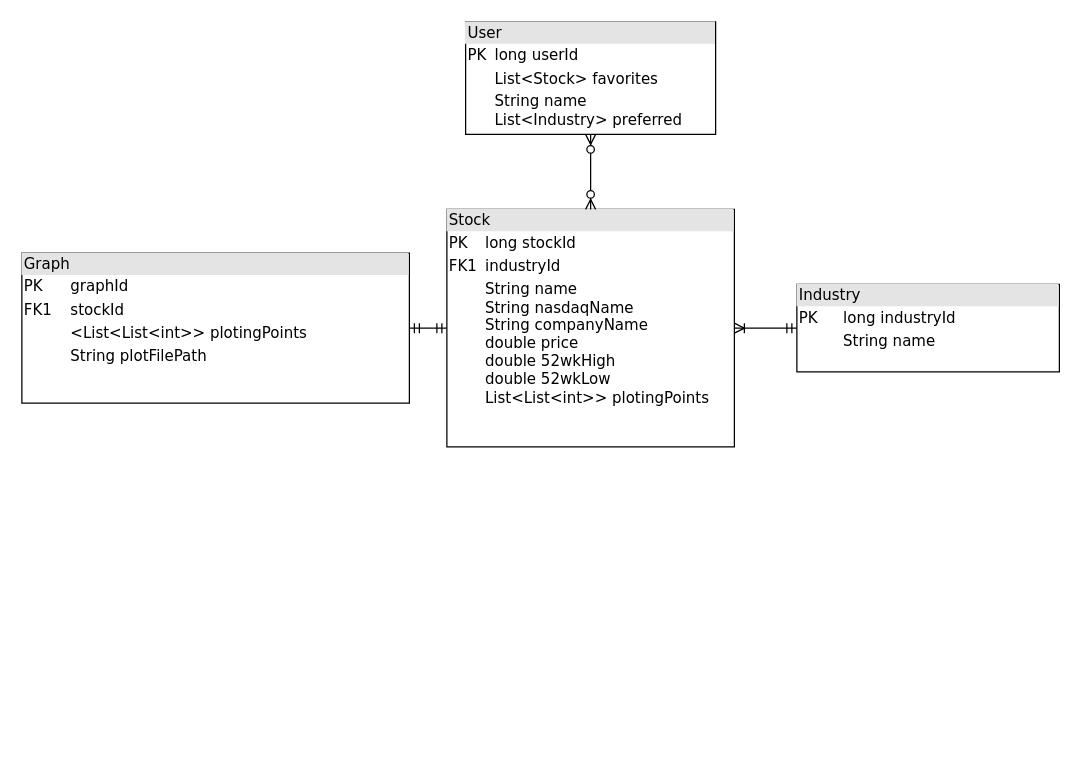
Earlier version of the draw.io diagram docs/erd.drawio (stock-rollers/stock-rollers.github.io). Source tidied: cells renumbered, new cells numbered last; positions are measured from the earlier drawing's top-left corner, leaving out a move shared by most shapes. Both pictures are drawn from the tidied source at 125%, with x=0, y=0 at pixel (21, 21).
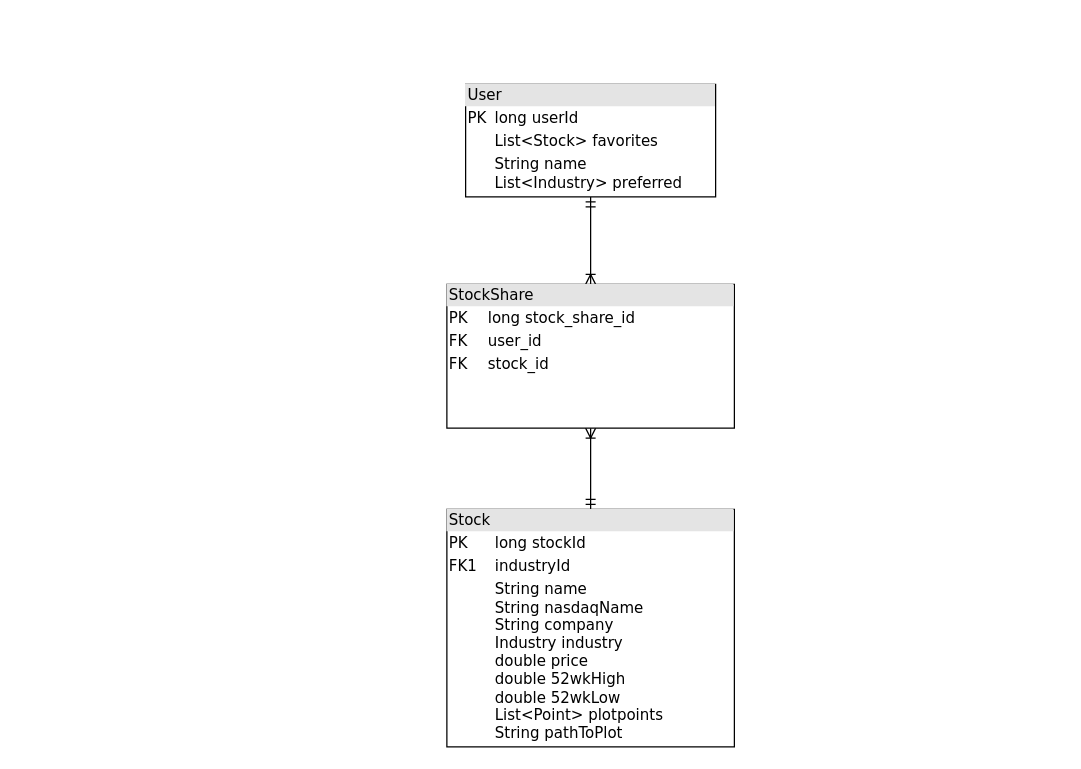
After the change.

Change to the diagram source:
```diff
@@
 <mxGraphModel background="#ffffff">
   <root>
     <mxCell id="0" />
     <mxCell id="1" parent="0" />
     <mxCell id="2" value="&lt;div style=&quot;box-sizing: border-box ; width: 100% ; background: #e4e4e4 ; padding: 2px&quot;&gt;User&lt;/div&gt;&lt;table style=&quot;width: 100% ; font-size: 1em&quot; cellpadding=&quot;2&quot; cellspacing=&quot;0&quot;&gt;&lt;tbody&gt;&lt;tr&gt;&lt;td&gt;PK&lt;/td&gt;&lt;td&gt;long userId&lt;/td&gt;&lt;/tr&gt;&lt;tr&gt;&lt;td&gt;&lt;br&gt;&lt;/td&gt;&lt;td&gt;List&amp;lt;Stock&amp;gt; favorites&lt;/td&gt;&lt;/tr&gt;&lt;tr&gt;&lt;td&gt;&lt;/td&gt;&lt;td&gt;String name&lt;br&gt;List&amp;lt;Industry&amp;gt; preferred&amp;nbsp;&lt;/td&gt;&lt;/tr&gt;&lt;/tbody&gt;&lt;/table&gt;" style="verticalAlign=top;align=left;overflow=fill;html=1;rounded=0;shadow=0;comic=0;labelBackgroundColor=none;strokeColor=#000000;strokeWidth=1;fillColor=#ffffff;fontFamily=Verdana;fontSize=12;fontColor=#000000;" parent="1" vertex="1">
-      <mxGeometry x="355" width="200" height="90" as="geometry" />
+      <mxGeometry x="355" y="50" width="200" height="90" as="geometry" />
     </mxCell>
-    <mxCell id="3" value="&lt;div style=&quot;box-sizing: border-box ; width: 100% ; background: #e4e4e4 ; padding: 2px&quot;&gt;Industry&lt;/div&gt;&lt;table style=&quot;width: 100% ; font-size: 1em&quot; cellpadding=&quot;2&quot; cellspacing=&quot;0&quot;&gt;&lt;tbody&gt;&lt;tr&gt;&lt;td&gt;PK&lt;/td&gt;&lt;td&gt;long industryId&lt;/td&gt;&lt;/tr&gt;&lt;tr&gt;&lt;td&gt;&lt;br&gt;&lt;/td&gt;&lt;td&gt;String name&lt;/td&gt;&lt;/tr&gt;&lt;tr&gt;&lt;td&gt;&lt;/td&gt;&lt;td&gt;&lt;br&gt;&lt;/td&gt;&lt;/tr&gt;&lt;tr&gt;&lt;td&gt;&lt;br&gt;&lt;/td&gt;&lt;td&gt;&lt;br&gt;&lt;/td&gt;&lt;/tr&gt;&lt;/tbody&gt;&lt;/table&gt;" style="verticalAlign=top;align=left;overflow=fill;html=1;rounded=0;shadow=0;comic=0;labelBackgroundColor=none;strokeColor=#000000;strokeWidth=1;fillColor=#ffffff;fontFamily=Verdana;fontSize=12;fontColor=#000000;" parent="1" vertex="1">
-      <mxGeometry x="620" y="210" width="210" height="70" as="geometry" />
-    </mxCell>
-    <mxCell id="4" value="&lt;div style=&quot;box-sizing: border-box ; width: 100% ; background: #e4e4e4 ; padding: 2px&quot;&gt;Graph&lt;/div&gt;&lt;table style=&quot;width: 100% ; font-size: 1em&quot; cellpadding=&quot;2&quot; cellspacing=&quot;0&quot;&gt;&lt;tbody&gt;&lt;tr&gt;&lt;td&gt;PK&lt;/td&gt;&lt;td&gt;graphId&lt;/td&gt;&lt;/tr&gt;&lt;tr&gt;&lt;td&gt;FK1&lt;/td&gt;&lt;td&gt;stockId&lt;/td&gt;&lt;/tr&gt;&lt;tr&gt;&lt;td&gt;&lt;/td&gt;&lt;td&gt;&amp;lt;List&amp;lt;List&amp;lt;int&amp;gt;&amp;gt; plotingPoints&lt;/td&gt;&lt;/tr&gt;&lt;tr&gt;&lt;td&gt;&lt;br&gt;&lt;/td&gt;&lt;td&gt;String plotFilePath&lt;br&gt;&lt;/td&gt;&lt;/tr&gt;&lt;/tbody&gt;&lt;/table&gt;" style="verticalAlign=top;align=left;overflow=fill;html=1;rounded=0;shadow=0;comic=0;labelBackgroundColor=none;strokeColor=#000000;strokeWidth=1;fillColor=#ffffff;fontFamily=Verdana;fontSize=12;fontColor=#000000;" parent="1" vertex="1">
-      <mxGeometry y="185" width="310" height="120" as="geometry" />
-    </mxCell>
-    <mxCell id="5" style="edgeStyle=orthogonalEdgeStyle;html=1;entryX=1;entryY=0.5;labelBackgroundColor=none;startArrow=ERmandOne;endArrow=ERmandOne;fontFamily=Verdana;fontSize=12;align=left;entryDx=0;entryDy=0;endFill=0;" parent="1" edge="1" source="7" target="4">
-      <mxGeometry relative="1" as="geometry" />
-    </mxCell>
-    <mxCell id="6" style="edgeStyle=orthogonalEdgeStyle;rounded=0;jettySize=auto;html=1;exitX=1;exitY=0.5;exitDx=0;exitDy=0;entryX=0;entryY=0.5;entryDx=0;entryDy=0;startArrow=ERoneToMany;startFill=0;endArrow=ERmandOne;endFill=0;" parent="1" edge="1" source="7" target="3">
-      <mxGeometry relative="1" as="geometry" />
-    </mxCell>
+    <mxCell id="9" style="edgeStyle=orthogonalEdgeStyle;rounded=0;jettySize=auto;html=1;exitX=0.5;exitY=0;exitDx=0;exitDy=0;endArrow=ERoneToMany;endFill=0;entryX=0.5;entryY=1;entryDx=0;entryDy=0;startArrow=ERmandOne;startFill=0;" parent="1" edge="1" source="7" target="10">
+      <mxGeometry relative="1" as="geometry" />
+    </mxCell>
-    <mxCell id="7" value="&lt;div style=&quot;box-sizing: border-box ; width: 100% ; background: #e4e4e4 ; padding: 2px&quot;&gt;Stock&lt;/div&gt;&lt;table style=&quot;width: 100% ; font-size: 1em&quot; cellpadding=&quot;2&quot; cellspacing=&quot;0&quot;&gt;&lt;tbody&gt;&lt;tr&gt;&lt;td&gt;PK&lt;/td&gt;&lt;td&gt;long stockId&lt;/td&gt;&lt;/tr&gt;&lt;tr&gt;&lt;td&gt;FK1&lt;/td&gt;&lt;td&gt;industryId&lt;/td&gt;&lt;/tr&gt;&lt;tr&gt;&lt;td&gt;&lt;/td&gt;&lt;td&gt;String name&lt;br&gt;String nasdaqName&lt;br&gt;String companyName&lt;br&gt;double price&lt;br&gt;double 52wkHigh&lt;br&gt;double 52wkLow&lt;br&gt;List&amp;lt;List&amp;lt;int&amp;gt;&amp;gt; plotingPoints&lt;br&gt;&lt;br&gt;&lt;/td&gt;&lt;/tr&gt;&lt;/tbody&gt;&lt;/table&gt;" style="verticalAlign=top;align=left;overflow=fill;html=1;rounded=0;shadow=0;comic=0;labelBackgroundColor=none;strokeColor=#000000;strokeWidth=1;fillColor=#ffffff;fontFamily=Verdana;fontSize=12;fontColor=#000000;" parent="1" vertex="1">
-      <mxGeometry x="340" y="150" width="230" height="190" as="geometry" />
+    <mxCell id="7" value="&lt;div style=&quot;box-sizing: border-box ; width: 100% ; background: #e4e4e4 ; padding: 2px&quot;&gt;Stock&lt;/div&gt;&lt;table style=&quot;width: 100% ; font-size: 1em&quot; cellpadding=&quot;2&quot; cellspacing=&quot;0&quot;&gt;&lt;tbody&gt;&lt;tr&gt;&lt;td&gt;PK&lt;/td&gt;&lt;td&gt;long stockId&lt;/td&gt;&lt;/tr&gt;&lt;tr&gt;&lt;td&gt;FK1&lt;/td&gt;&lt;td&gt;industryId&lt;/td&gt;&lt;/tr&gt;&lt;tr&gt;&lt;td&gt;&lt;/td&gt;&lt;td&gt;String name&lt;br&gt;String nasdaqName&lt;br&gt;String company&lt;br&gt;Industry industry&lt;br&gt;double price&lt;br&gt;double 52wkHigh&lt;br&gt;double 52wkLow&lt;br&gt;List&amp;lt;Point&amp;gt; plotpoints&lt;br&gt;String pathToPlot&lt;br&gt;&lt;br&gt;&lt;/td&gt;&lt;/tr&gt;&lt;/tbody&gt;&lt;/table&gt;" style="verticalAlign=top;align=left;overflow=fill;html=1;rounded=0;shadow=0;comic=0;labelBackgroundColor=none;strokeColor=#000000;strokeWidth=1;fillColor=#ffffff;fontFamily=Verdana;fontSize=12;fontColor=#000000;" parent="1" vertex="1">
+      <mxGeometry x="340" y="390" width="230" height="190" as="geometry" />
     </mxCell>
-    <mxCell id="8" style="edgeStyle=orthogonalEdgeStyle;html=1;endArrow=ERzeroToMany;startArrow=ERzeroToMany;labelBackgroundColor=none;fontFamily=Verdana;fontSize=12;align=left;exitX=0.5;exitY=1;entryX=0.5;entryY=0;startFill=1;endFill=1;" parent="1" edge="1" source="2" target="7">
+    <mxCell id="8" style="edgeStyle=orthogonalEdgeStyle;html=1;endArrow=ERoneToMany;startArrow=ERmandOne;labelBackgroundColor=none;fontFamily=Verdana;fontSize=12;align=left;exitX=0.5;exitY=1;startFill=0;endFill=0;entryX=0.5;entryY=0;entryDx=0;entryDy=0;" parent="1" edge="1" source="2" target="10">
       <mxGeometry relative="1" as="geometry" />
     </mxCell>
+    <mxCell id="10" value="&lt;div style=&quot;box-sizing: border-box ; width: 100% ; background: #e4e4e4 ; padding: 2px&quot;&gt;StockShare&lt;/div&gt;&lt;table style=&quot;width: 100% ; font-size: 1em&quot; cellpadding=&quot;2&quot; cellspacing=&quot;0&quot;&gt;&lt;tbody&gt;&lt;tr&gt;&lt;td&gt;PK&lt;/td&gt;&lt;td&gt;long stock_share_id&lt;/td&gt;&lt;/tr&gt;&lt;tr&gt;&lt;td&gt;FK&lt;/td&gt;&lt;td&gt;user_id&lt;br&gt;&lt;/td&gt;&lt;/tr&gt;&lt;tr&gt;&lt;td&gt;FK&lt;/td&gt;&lt;td&gt;stock_id&lt;/td&gt;&lt;/tr&gt;&lt;tr&gt;&lt;td&gt;&lt;br&gt;&lt;/td&gt;&lt;td&gt;&lt;br&gt;&lt;/td&gt;&lt;/tr&gt;&lt;/tbody&gt;&lt;/table&gt;" style="verticalAlign=top;align=left;overflow=fill;html=1;rounded=0;shadow=0;comic=0;labelBackgroundColor=none;strokeColor=#000000;strokeWidth=1;fillColor=#ffffff;fontFamily=Verdana;fontSize=12;fontColor=#000000;" parent="1" vertex="1">
+      <mxGeometry x="340" y="210" width="230" height="115" as="geometry" />
+    </mxCell>
   </root>
 </mxGraphModel>
```
